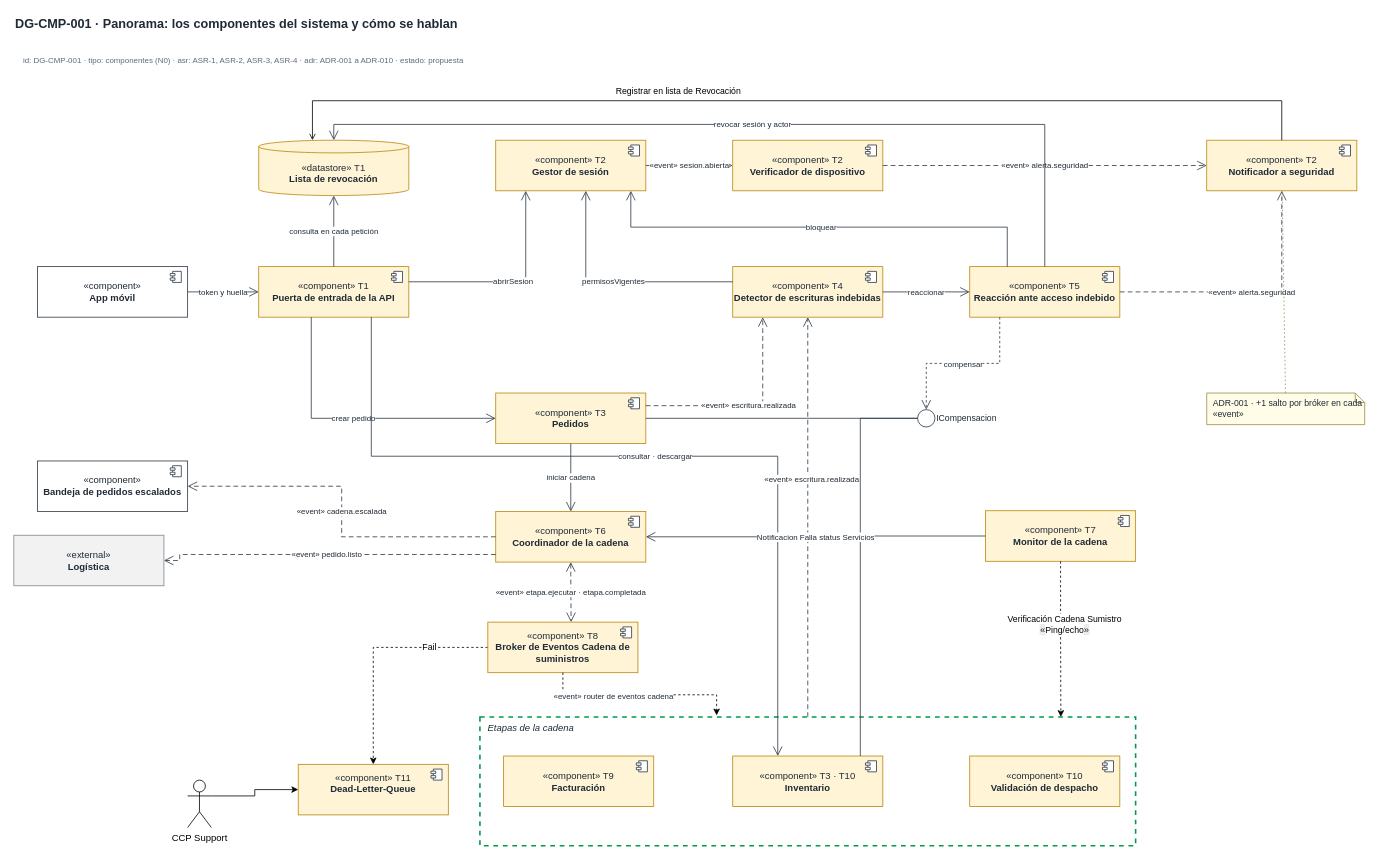
This is page "DG-CMP-001 · Panorama" (1 of 3) of docs/modelos/drawio/vista-componentes.drawio from MATI-MBIT/arqsoft-reto-2, a draw.io file, before an edit. Source tidied: cells renumbered, new cells numbered last; positions are measured from the earlier drawing's top-left corner, leaving out a move shared by most shapes. Both pictures are drawn from the tidied source at 79%, with x=0, y=0 at pixel (13, 13).
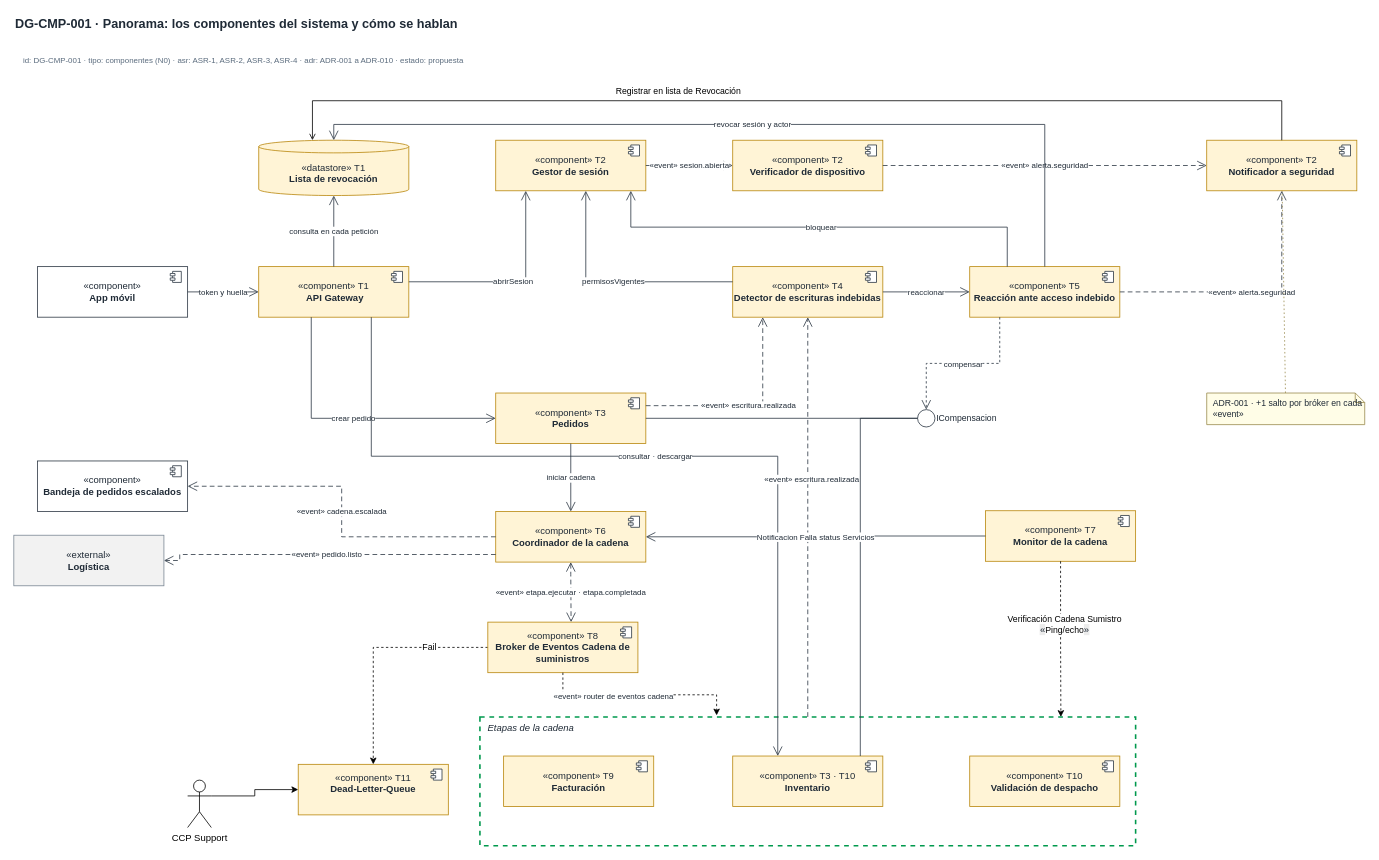
The same diagram, later.

What changed in the source:
```diff
@@
-    <mxCell id="13" value="«component» T1&lt;br&gt;&lt;b&gt;Puerta de entrada de la API&lt;/b&gt;" style="rounded=0;html=1;whiteSpace=wrap;fillColor=#FFF4D6;strokeColor=#B8860B;fontFamily=Helvetica;fontSize=12;fontColor=#1F2A36;" parent="1" vertex="1">
+    <mxCell id="13" value="«component» T1&lt;br&gt;&lt;b&gt;&amp;nbsp;API Gateway&lt;/b&gt;" style="rounded=0;html=1;whiteSpace=wrap;fillColor=#FFF4D6;strokeColor=#B8860B;fontFamily=Helvetica;fontSize=12;fontColor=#1F2A36;" parent="1" vertex="1">
       <mxGeometry x="310" y="320" width="190" height="64" as="geometry" />
     </mxCell>
```
